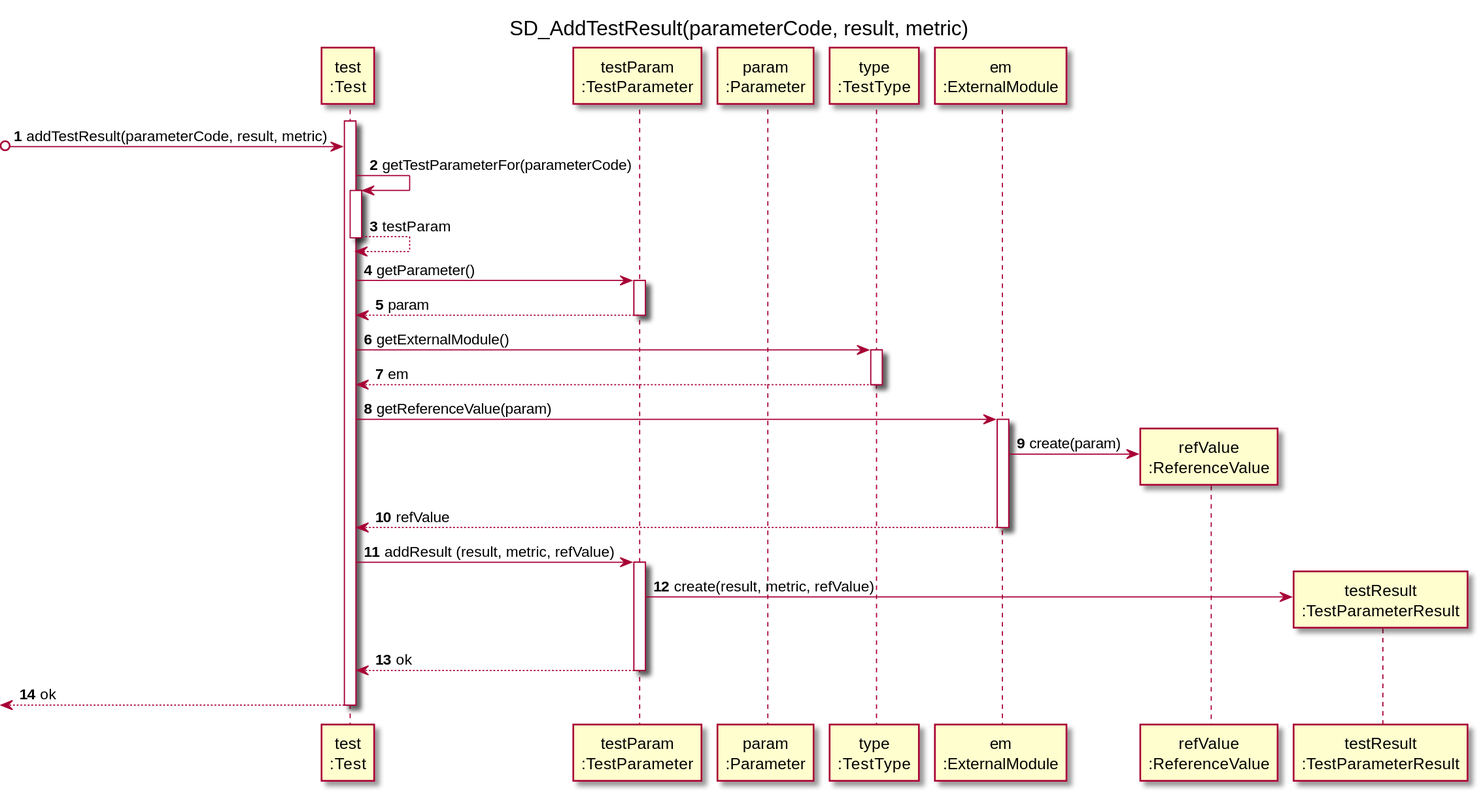
Pedromaia26/LAPR2-ISEP keeps this PlantUML diagram as docs/SprintC/US12_ResultsOfTest/US012_SD_SomeDetails.svg. Above is the earlier version.
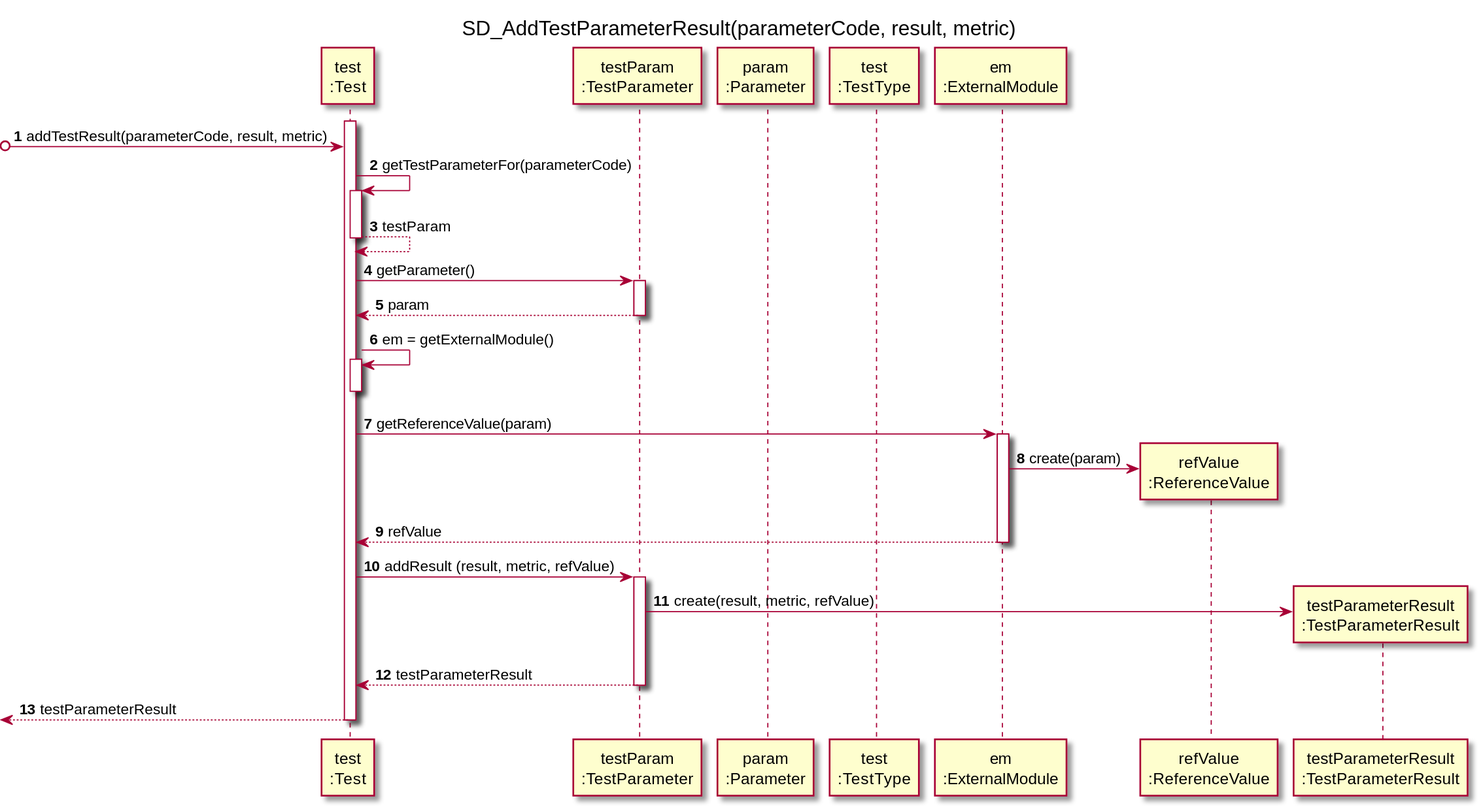
Later version of the same file.

Diff of the diagram source:
```diff
@@ -2,32 +2,31 @@
 
 autonumber
 
-title SD_AddTestResult(parameterCode, result, metric)
+title SD_AddTestParameterResult(parameterCode, result, metric)
 
 
 participant "test\n:Test" as T
 participant "testParam\n:TestParameter" as TP
 participant "param\n:Parameter" as P
-participant "type\n:TestType" as TT
+participant "test\n:TestType" as TT
 participant "em\n:ExternalModule" as EM
 participant "refValue\n:ReferenceValue" as RF
-participant "testResult\n:TestParameterResult" as TR
+participant "testParameterResult\n:TestParameterResult" as TR
 
 activate T
 ?o-> T: addTestResult(parameterCode, result, metric)
-T -> T: getTestParameterFor(parameterCode)
+    T -> T: getTestParameterFor(parameterCode)
 activate T
 T -->T: testParam
 deactivate T
-T -> TP: getParameter()
+    T -> TP: getParameter()
 activate TP
 TP --> T: param
 deactivate TP
 
-T -> TT: getExternalModule()
-activate TT
-TT --> T: em
-deactivate TT
+T -> T: em = getExternalModule()
+activate T
+deactivate T
 T -> EM: getReferenceValue(param)
 activate EM
 EM -> RF**: create(param)
@@ -36,9 +35,9 @@
 T -> TP: addResult (result, metric, refValue)
 activate TP
 TP -> TR**: create(result, metric, refValue)
-TP --> T: ok
+TP --> T: testParameterResult
 deactivate TP
-<--T: ok
+<--T: testParameterResult
 deactivate T
 
 @enduml
```
